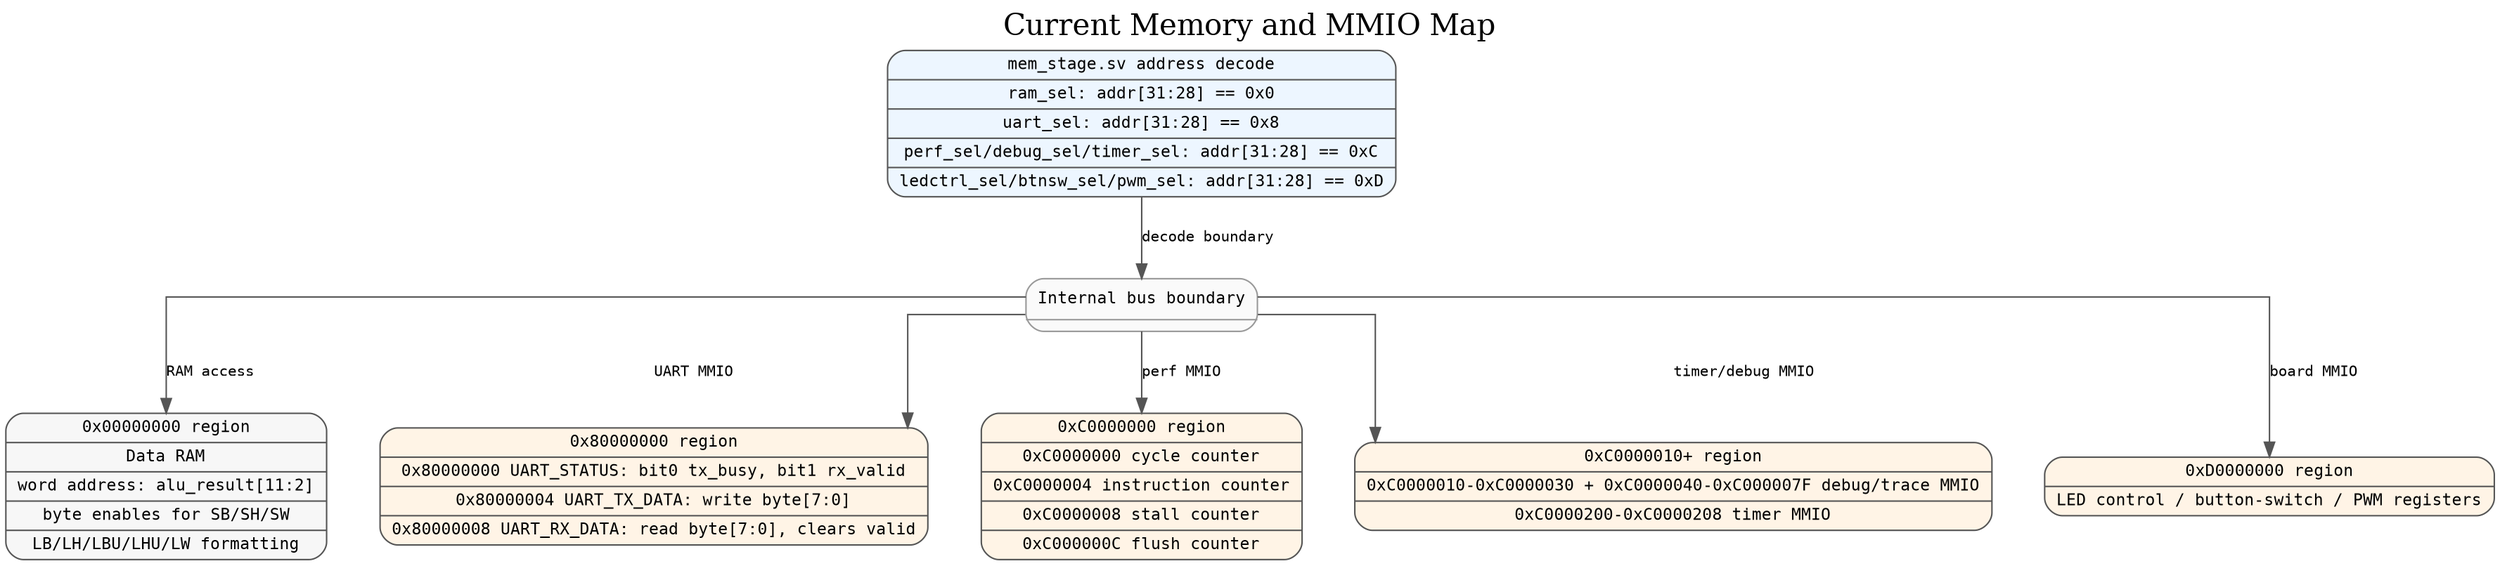
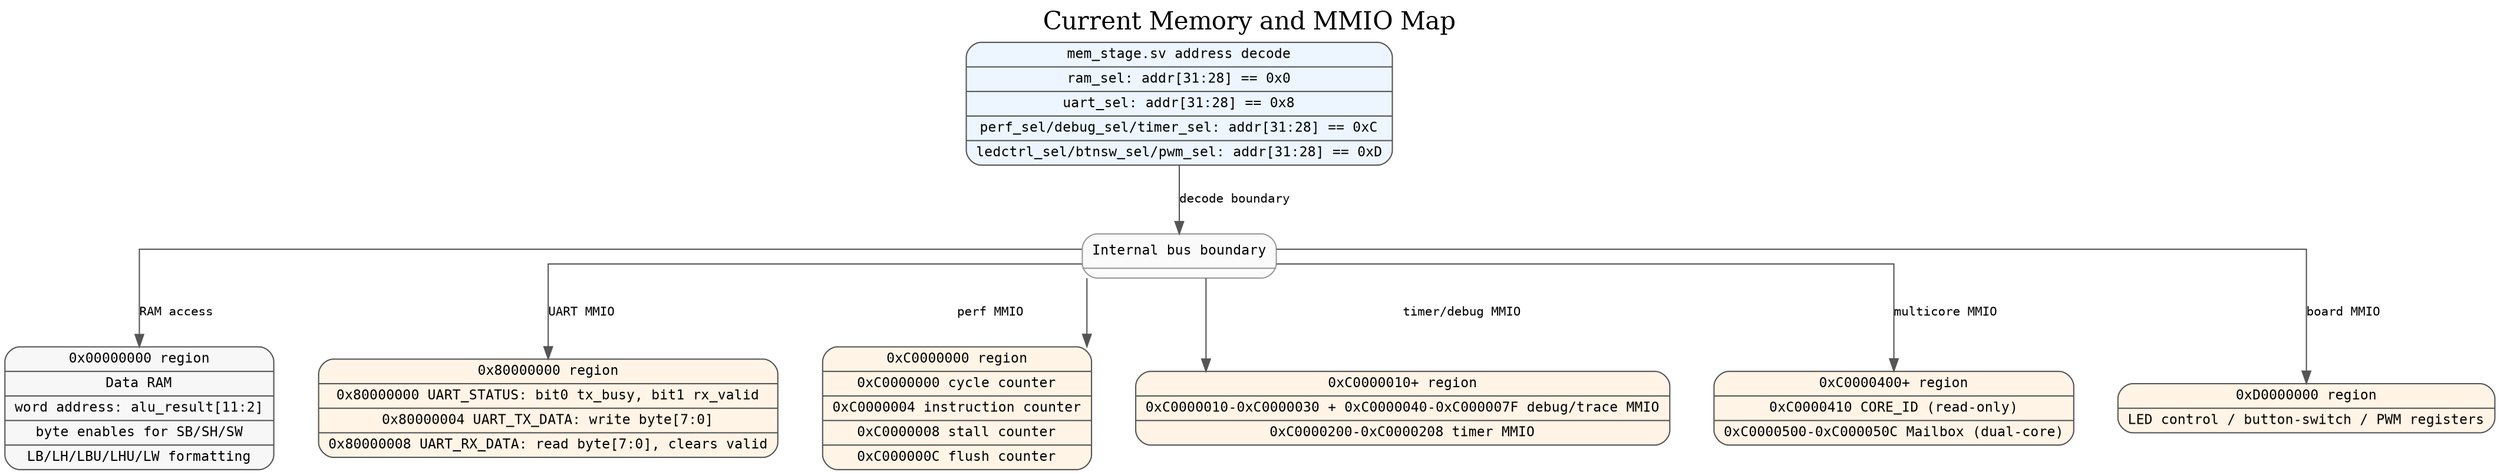
// Generated by tools/generate_diagrams.py.
// Run tools/update_docs.ps1 after implementation changes.
// Edit the generator, not this generated .dot file.


digraph memory_map {
    graph [
        label="Current Memory and MMIO Map",
        labelloc=t,
        fontsize=20,
        rankdir=TB,
        splines=ortho,
        nodesep=0.5,
        ranksep=0.6
    ];

    node [
        shape=record,
        style="rounded,filled",
        fillcolor="#f7f7f7",
        color="#555555",
        fontname="Consolas",
        fontsize=11
    ];

    edge [
        color="#555555",
        fontname="Consolas",
        fontsize=10
    ];

    address_decode [
        label="{mem_stage.sv address decode|ram_sel: addr[31:28] == 0x0|uart_sel: addr[31:28] == 0x8|perf_sel/debug_sel/timer_sel: addr[31:28] == 0xC|ledctrl_sel/btnsw_sel/pwm_sel: addr[31:28] == 0xD}",
        fillcolor="#edf6ff"
    ];

    internal_bus [
        label="{Internal bus boundary|Phase 11 bus_<periph>_* signal bundles}",
        style="rounded,filled",
        fillcolor="#fafafa",
        color="#999999"
    ];

    data_mem [
        label="{0x00000000 region|Data RAM|word address: alu_result[11:2]|byte enables for SB/SH/SW|LB/LH/LBU/LHU/LW formatting}"
    ];

    uart [
        label="{0x80000000 region|0x80000000 UART_STATUS: bit0 tx_busy, bit1 rx_valid|0x80000004 UART_TX_DATA: write byte[7:0]|0x80000008 UART_RX_DATA: read byte[7:0], clears valid}",
        fillcolor="#fff4e6"
    ];

    perf [
        label="{0xC0000000 region|0xC0000000 cycle counter|0xC0000004 instruction counter|0xC0000008 stall counter|0xC000000C flush counter}",
        fillcolor="#fff4e6"
    ];

    timer_debug [
        label="{0xC0000010+ region|0xC0000010-0xC0000030 + 0xC0000040-0xC000007F debug/trace MMIO|0xC0000200-0xC0000208 timer MMIO}",
        style="rounded,filled",
        fillcolor="#fff4e6",
        color="#555555"
    ];

+     multicore_mmio [
+         label="{0xC0000400+ region|0xC0000410 CORE_ID (read-only)|0xC0000500-0xC000050C Mailbox (dual-core)}",
+         style="rounded,filled",
+         fillcolor="#fff4e6",
+         color="#555555"
+     ];
+ 
    board_periphs [
        label="{0xD0000000 region|LED control / button-switch / PWM registers}",
        style="rounded,filled",
        fillcolor="#fff4e6",
        color="#555555"
    ];

    address_decode -> internal_bus [label="decode boundary"];
    internal_bus -> data_mem [label="RAM access"];
    internal_bus -> uart [label="UART MMIO"];
    internal_bus -> perf [label="perf MMIO"];
    internal_bus -> timer_debug [label="timer/debug MMIO"];
+     internal_bus -> multicore_mmio [label="multicore MMIO"];
    internal_bus -> board_periphs [label="board MMIO"];
}